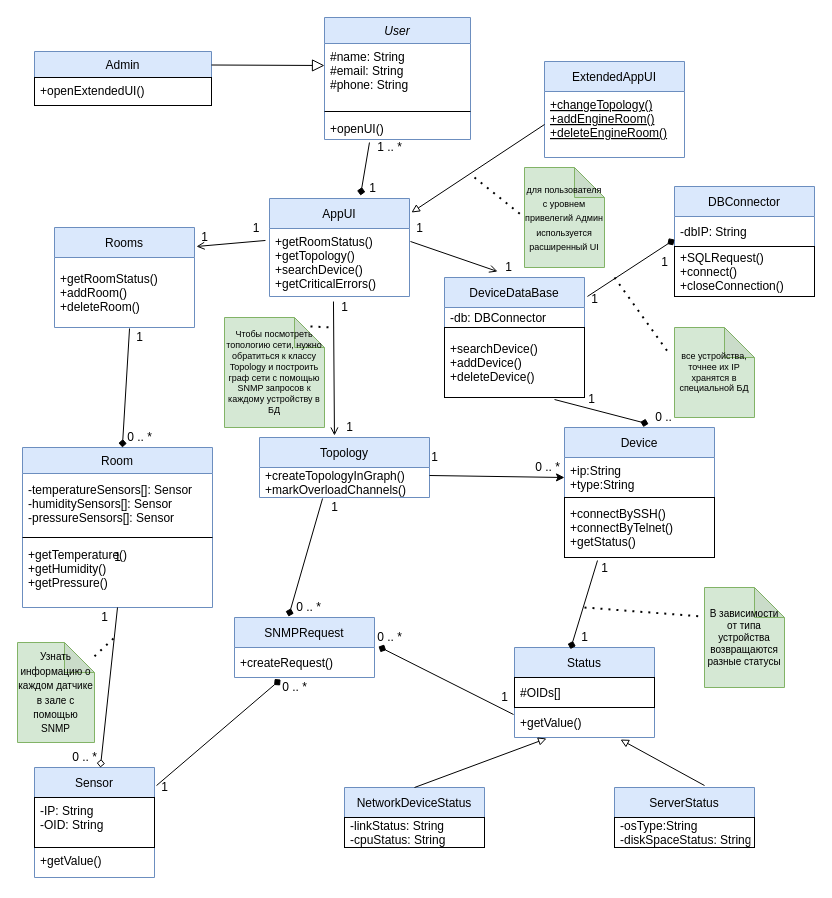
The draw.io diagram Diagram2.drawio in sophiiako/unik, before the edit. Source tidied: cells renumbered, new cells numbered last; positions are measured from the earlier drawing's top-left corner, leaving out a move shared by most shapes. Both pictures are drawn from the tidied source at 100%, with x=0, y=0 at pixel (17, 17).
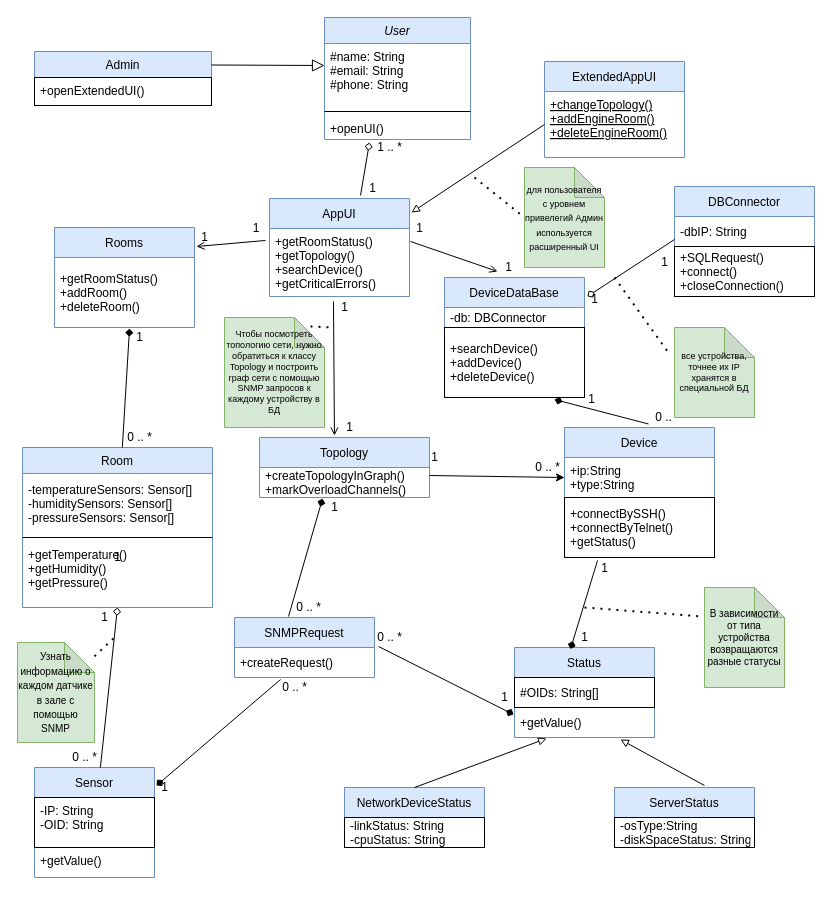
The same page after the edit.

Unchanged cells that the change refers to:
```xml
<mxCell id="5" value="+openUI()" style="text;align=left;verticalAlign=top;spacingLeft=4;spacingRight=4;overflow=hidden;points=[[0,0.5],[1,0.5]];portConstraint=eastwest;" parent="2" vertex="1">
  <mxGeometry y="98" width="146" height="22" as="geometry" />
</mxCell>
<mxCell id="9" value="Room" style="swimlane;fontStyle=0;align=center;verticalAlign=top;horizontal=1;startSize=26;rounded=0;shadow=0;strokeWidth=1;fillColor=#dae8fc;strokeColor=#6c8ebf;" parent="1" vertex="1">
  <mxGeometry x="5" y="430" width="190" height="160" as="geometry" />
</mxCell>
<mxCell id="14" value="+createTopologyInGraph()&#10;+markOverloadChannels()" style="text;strokeColor=none;fillColor=none;align=left;verticalAlign=middle;spacingLeft=4;spacingRight=4;overflow=hidden;points=[[0,0.5],[1,0.5]];portConstraint=eastwest;" parent="13" vertex="1">
  <mxGeometry y="30" width="170" height="30" as="geometry" />
</mxCell>
<mxCell id="15" value="Device" style="swimlane;fontStyle=0;horizontal=1;startSize=30;fillColor=#dae8fc;strokeColor=#6c8ebf;" parent="1" vertex="1">
  <mxGeometry x="547" y="410" width="150" height="130" as="geometry" />
</mxCell>
<mxCell id="20" value="+getRoomStatus()&#10;+addRoom()&#10;+deleteRoom()" style="text;strokeColor=none;fillColor=none;align=left;verticalAlign=middle;spacingLeft=4;spacingRight=4;overflow=hidden;points=[[0,0.5],[1,0.5]];portConstraint=eastwest;" parent="19" vertex="1">
  <mxGeometry y="30" width="140" height="70" as="geometry" />
</mxCell>
<mxCell id="22" value="DeviceDataBase" style="swimlane;fontStyle=0;horizontal=1;startSize=30;fillColor=#dae8fc;strokeColor=#6c8ebf;" parent="1" vertex="1">
  <mxGeometry x="427" y="260" width="140" height="120" as="geometry" />
</mxCell>
<mxCell id="24" value="+searchDevice()&#10;+addDevice()&#10;+deleteDevice()" style="text;strokeColor=default;fillColor=none;align=left;verticalAlign=middle;spacingLeft=4;spacingRight=4;overflow=hidden;points=[[0,0.5],[1,0.5]];portConstraint=eastwest;" parent="22" vertex="1">
  <mxGeometry y="50" width="140" height="70" as="geometry" />
</mxCell>
<mxCell id="25" value="SNMPRequest" style="swimlane;fontStyle=0;horizontal=1;startSize=30;fillColor=#dae8fc;strokeColor=#6c8ebf;" parent="1" vertex="1">
  <mxGeometry x="217" y="600" width="140" height="60" as="geometry" />
</mxCell>
<mxCell id="26" value="+createRequest()" style="text;strokeColor=none;fillColor=none;align=left;verticalAlign=middle;spacingLeft=4;spacingRight=4;overflow=hidden;points=[[0,0.5],[1,0.5]];portConstraint=eastwest;" parent="25" vertex="1">
  <mxGeometry y="30" width="140" height="30" as="geometry" />
</mxCell>
<mxCell id="29" value="Status" style="swimlane;fontStyle=0;horizontal=1;startSize=30;strokeColor=#6c8ebf;fillColor=#dae8fc;" parent="1" vertex="1">
  <mxGeometry x="497" y="630" width="140" height="90" as="geometry" />
</mxCell>
<mxCell id="31" value="+getValue()" style="text;strokeColor=none;fillColor=none;align=left;verticalAlign=middle;spacingLeft=4;spacingRight=4;overflow=hidden;points=[[0,0.5],[1,0.5]];portConstraint=eastwest;" parent="29" vertex="1">
  <mxGeometry y="60" width="140" height="30" as="geometry" />
</mxCell>
<mxCell id="43" value="Sensor" style="swimlane;fontStyle=0;horizontal=1;startSize=30;strokeColor=#6c8ebf;fillColor=#dae8fc;" parent="1" vertex="1">
  <mxGeometry x="17" y="750" width="120" height="110" as="geometry" />
</mxCell>
<mxCell id="49" value="AppUI" style="swimlane;fontStyle=0;horizontal=1;startSize=30;strokeColor=#6c8ebf;fillColor=#dae8fc;" parent="1" vertex="1">
  <mxGeometry x="252" y="181" width="140" height="98" as="geometry" />
</mxCell>
<mxCell id="68" value="-dbIP: String" style="text;strokeColor=none;fillColor=none;align=left;verticalAlign=middle;spacingLeft=4;spacingRight=4;overflow=hidden;points=[[0,0.5],[1,0.5]];portConstraint=eastwest;" parent="67" vertex="1">
  <mxGeometry y="30" width="140" height="30" as="geometry" />
</mxCell>
```

Change to the diagram source:
```diff
@@
-    <mxCell id="10" value="-temperatureSensors[]: Sensor&#10;-humiditySensors[]: Sensor&#10;-pressureSensors[]: Sensor" style="text;strokeColor=none;fillColor=none;align=left;verticalAlign=middle;spacingLeft=4;spacingRight=4;overflow=hidden;" parent="9" vertex="1">
+    <mxCell id="10" value="-temperatureSensors: Sensor[]&#10;-humiditySensors: Sensor[]&#10;-pressureSensors: Sensor[]" style="text;strokeColor=none;fillColor=none;align=left;verticalAlign=middle;spacingLeft=4;spacingRight=4;overflow=hidden;" parent="9" vertex="1">
       <mxGeometry y="26" width="190" height="60" as="geometry" />
     </mxCell>
@@
-    <mxCell id="21" style="endArrow=diamond;html=1;rounded=0;exitX=0.536;exitY=1.014;exitDx=0;exitDy=0;exitPerimeter=0;endFill=1;" parent="1" edge="1" source="20" target="9">
+    <mxCell id="21" style="endArrow=none;html=1;rounded=0;exitX=0.536;exitY=1.014;exitDx=0;exitDy=0;exitPerimeter=0;endFill=0;startArrow=diamond;startFill=1;" parent="1" edge="1" source="20" target="9">
       <mxGeometry relative="1" as="geometry" />
     </mxCell>
@@
-    <mxCell id="30" value="#OIDs[]" style="text;strokeColor=default;fillColor=none;align=left;verticalAlign=middle;spacingLeft=4;spacingRight=4;overflow=hidden;" parent="29" vertex="1">
+    <mxCell id="30" value="#OIDs: String[]" style="text;strokeColor=default;fillColor=none;align=left;verticalAlign=middle;spacingLeft=4;spacingRight=4;overflow=hidden;" parent="29" vertex="1">
       <mxGeometry y="30" width="140" height="30" as="geometry" />
     </mxCell>
@@
-    <mxCell id="32" style="endArrow=diamond;html=1;rounded=0;exitX=0.371;exitY=1.033;exitDx=0;exitDy=0;exitPerimeter=0;entryX=0.386;entryY=-0.017;entryDx=0;entryDy=0;entryPerimeter=0;endFill=1;" parent="1" edge="1" source="14" target="25">
+    <mxCell id="32" style="endArrow=none;html=1;rounded=0;exitX=0.371;exitY=1.033;exitDx=0;exitDy=0;exitPerimeter=0;entryX=0.386;entryY=-0.017;entryDx=0;entryDy=0;entryPerimeter=0;endFill=0;startArrow=diamond;startFill=1;" parent="1" edge="1" source="14" target="25">
       <mxGeometry relative="1" as="geometry" />
     </mxCell>
@@
-    <mxCell id="34" style="endArrow=diamond;html=1;rounded=0;exitX=0.786;exitY=1.029;exitDx=0;exitDy=0;exitPerimeter=0;entryX=0.56;entryY=-0.027;entryDx=0;entryDy=0;entryPerimeter=0;endFill=1;" parent="1" edge="1" source="24" target="15">
+    <mxCell id="34" style="endArrow=none;html=1;rounded=0;exitX=0.786;exitY=1.029;exitDx=0;exitDy=0;exitPerimeter=0;entryX=0.56;entryY=-0.027;entryDx=0;entryDy=0;entryPerimeter=0;endFill=0;startArrow=diamond;startFill=1;" parent="1" edge="1" source="24" target="15">
       <mxGeometry relative="1" as="geometry" />
     </mxCell>
@@
-    <mxCell id="42" style="endArrow=diamond;html=1;rounded=0;exitX=-0.007;exitY=0.233;exitDx=0;exitDy=0;exitPerimeter=0;entryX=1.029;entryY=-0.033;entryDx=0;entryDy=0;entryPerimeter=0;endFill=1;" parent="1" edge="1" source="31" target="26">
+    <mxCell id="42" style="endArrow=none;html=1;rounded=0;exitX=-0.007;exitY=0.233;exitDx=0;exitDy=0;exitPerimeter=0;entryX=1.029;entryY=-0.033;entryDx=0;entryDy=0;entryPerimeter=0;endFill=0;startArrow=diamond;startFill=1;" parent="1" edge="1" source="31" target="26">
       <mxGeometry relative="1" as="geometry" />
     </mxCell>
@@
-    <mxCell id="46" style="endArrow=diamond;html=1;rounded=0;exitX=0.5;exitY=1;exitDx=0;exitDy=0;endFill=0;" parent="1" edge="1" source="9" target="43">
+    <mxCell id="46" style="endArrow=none;html=1;rounded=0;exitX=0.5;exitY=1;exitDx=0;exitDy=0;endFill=0;startArrow=diamond;startFill=0;" parent="1" edge="1" source="9" target="43">
       <mxGeometry relative="1" as="geometry" />
     </mxCell>
@@
-    <mxCell id="48" style="endArrow=diamond;html=1;rounded=0;exitX=1.017;exitY=0.164;exitDx=0;exitDy=0;entryX=0.329;entryY=1.067;entryDx=0;entryDy=0;entryPerimeter=0;exitPerimeter=0;endFill=1;" parent="1" edge="1" source="43" target="26">
+    <mxCell id="48" style="endArrow=none;html=1;rounded=0;exitX=1.017;exitY=0.164;exitDx=0;exitDy=0;entryX=0.329;entryY=1.067;entryDx=0;entryDy=0;entryPerimeter=0;exitPerimeter=0;endFill=0;startArrow=diamond;startFill=1;" parent="1" edge="1" source="43" target="26">
       <mxGeometry relative="1" as="geometry" />
     </mxCell>
@@
-    <mxCell id="53" style="endArrow=diamond;html=1;rounded=0;exitX=0.308;exitY=1.227;exitDx=0;exitDy=0;exitPerimeter=0;entryX=0.65;entryY=-0.031;entryDx=0;entryDy=0;entryPerimeter=0;endFill=1;" parent="1" edge="1" source="5" target="49">
+    <mxCell id="53" style="endArrow=none;html=1;rounded=0;exitX=0.308;exitY=1.227;exitDx=0;exitDy=0;exitPerimeter=0;entryX=0.65;entryY=-0.031;entryDx=0;entryDy=0;entryPerimeter=0;endFill=0;startArrow=diamond;startFill=0;" parent="1" edge="1" source="5" target="49">
       <mxGeometry relative="1" as="geometry" />
     </mxCell>
@@
-    <mxCell id="70" style="endArrow=diamond;html=1;rounded=0;exitX=1.021;exitY=0.158;exitDx=0;exitDy=0;exitPerimeter=0;entryX=0;entryY=0.767;entryDx=0;entryDy=0;entryPerimeter=0;endFill=1;" parent="1" edge="1" source="22" target="68">
+    <mxCell id="70" style="endArrow=none;html=1;rounded=0;exitX=1.021;exitY=0.158;exitDx=0;exitDy=0;exitPerimeter=0;entryX=0;entryY=0.767;entryDx=0;entryDy=0;entryPerimeter=0;endFill=0;startArrow=diamond;startFill=0;" parent="1" edge="1" source="22" target="68">
       <mxGeometry relative="1" as="geometry" />
     </mxCell>
```
